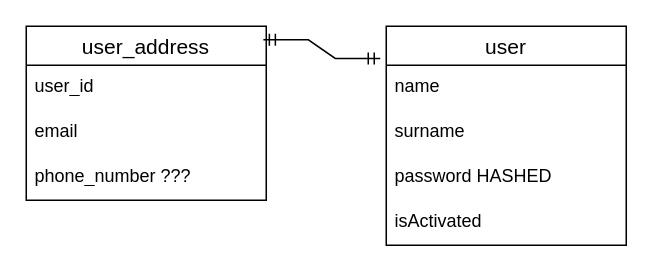
Before: diagram-schemas/release_project_db.drawio in KyryloSneg/py-auth-app, a draw.io diagram. Source tidied: cells renumbered, new cells numbered last; positions are measured from the earlier drawing's top-left corner, leaving out a move shared by most shapes. Both pictures are drawn from the tidied source at 150%, with x=0, y=0 at pixel (26, 26).
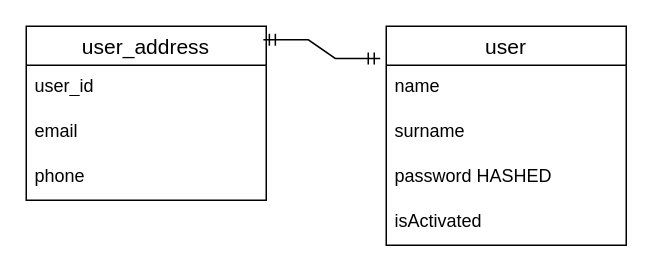
Above is the later version.

Diff of the diagram source:
```diff
@@
 <mxGraphModel>
   <root>
     <mxCell id="0" />
     <mxCell id="1" parent="0" />
     <mxCell id="2" value="user" style="swimlane;fontStyle=0;horizontal=1;startSize=26;align=center;fontSize=14;" parent="1" vertex="1">
       <mxGeometry x="240" width="160" height="146" as="geometry" />
     </mxCell>
     <mxCell id="3" value="name" style="text;strokeColor=none;fillColor=none;spacingLeft=4;spacingRight=4;overflow=hidden;fontSize=12;whiteSpace=wrap;html=1;" parent="2" vertex="1">
       <mxGeometry y="26" width="160" height="30" as="geometry" />
     </mxCell>
     <mxCell id="4" value="surname" style="text;strokeColor=none;fillColor=none;spacingLeft=4;spacingRight=4;overflow=hidden;fontSize=12;whiteSpace=wrap;html=1;" parent="2" vertex="1">
       <mxGeometry y="56" width="160" height="30" as="geometry" />
     </mxCell>
     <mxCell id="5" value="password HASHED" style="text;strokeColor=none;fillColor=none;spacingLeft=4;spacingRight=4;overflow=hidden;fontSize=12;whiteSpace=wrap;html=1;" parent="2" vertex="1">
       <mxGeometry y="86" width="160" height="30" as="geometry" />
     </mxCell>
     <mxCell id="6" value="isActivated" style="text;strokeColor=none;fillColor=none;spacingLeft=4;spacingRight=4;overflow=hidden;fontSize=12;whiteSpace=wrap;html=1;" parent="2" vertex="1">
       <mxGeometry y="116" width="160" height="30" as="geometry" />
     </mxCell>
     <mxCell id="7" value="user_address" style="swimlane;fontStyle=0;horizontal=1;startSize=26;align=center;fontSize=14;" parent="1" vertex="1">
       <mxGeometry width="160" height="116" as="geometry" />
     </mxCell>
     <mxCell id="8" value="user_id" style="text;strokeColor=none;fillColor=none;spacingLeft=4;spacingRight=4;overflow=hidden;fontSize=12;whiteSpace=wrap;html=1;" parent="7" vertex="1">
       <mxGeometry y="26" width="160" height="30" as="geometry" />
     </mxCell>
     <mxCell id="9" value="email" style="text;strokeColor=none;fillColor=none;spacingLeft=4;spacingRight=4;overflow=hidden;fontSize=12;whiteSpace=wrap;html=1;" parent="7" vertex="1">
       <mxGeometry y="56" width="160" height="30" as="geometry" />
     </mxCell>
-    <mxCell id="10" value="phone_nu&lt;span style=&quot;background-color: transparent; color: light-dark(rgb(0, 0, 0), rgb(255, 255, 255));&quot;&gt;mber ???&lt;/span&gt;" style="text;strokeColor=none;fillColor=none;spacingLeft=4;spacingRight=4;overflow=hidden;fontSize=12;whiteSpace=wrap;html=1;" parent="7" vertex="1">
+    <mxCell id="10" value="phone" style="text;strokeColor=none;fillColor=none;spacingLeft=4;spacingRight=4;overflow=hidden;fontSize=12;whiteSpace=wrap;html=1;" parent="7" vertex="1">
       <mxGeometry y="86" width="160" height="30" as="geometry" />
     </mxCell>
     <mxCell id="11" style="edgeStyle=entityRelationEdgeStyle;fontSize=12;html=1;endArrow=ERmandOne;startArrow=ERmandOne;rounded=0;entryX=-0.025;entryY=0.147;entryDx=0;entryDy=0;entryPerimeter=0;exitX=0.988;exitY=0.078;exitDx=0;exitDy=0;exitPerimeter=0;" parent="1" edge="1" source="7" target="2">
       <mxGeometry relative="1" as="geometry" />
     </mxCell>
   </root>
 </mxGraphModel>
```
